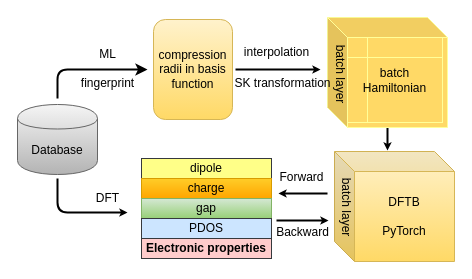
FanGuozheng/dftbpy keeps this draw.io diagram as Untitled Diagram.drawio. Above is the earlier version. Source tidied: cells renumbered, new cells numbered last; positions are measured from the earlier drawing's top-left corner, leaving out a move shared by most shapes. Both pictures are drawn from the tidied source at 100%, with x=0, y=0 at pixel (17, 17).
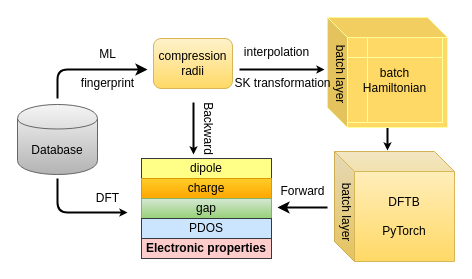
The same diagram, later.

Diff of the diagram source:
```diff
@@
     <mxCell id="10" value="batch layer" style="text;html=1;strokeColor=none;fillColor=none;align=center;verticalAlign=middle;whiteSpace=wrap;rounded=0;rotation=90;" parent="1" vertex="1">
-      <mxGeometry x="294" y="180" width="70" height="20" as="geometry" />
+      <mxGeometry x="294" y="185" width="70" height="20" as="geometry" />
     </mxCell>
-    <mxCell id="11" value="compression radii in basis function" style="rounded=1;whiteSpace=wrap;html=1;gradientColor=#ffd966;fillColor=#fff2cc;strokeColor=#d6b656;" parent="1" vertex="1">
-      <mxGeometry x="136" y="2" width="79" height="100" as="geometry" />
+    <mxCell id="11" value="compression radii" style="rounded=1;whiteSpace=wrap;html=1;gradientColor=#ffd966;fillColor=#fff2cc;strokeColor=#d6b656;" parent="1" vertex="1">
+      <mxGeometry x="136" y="21" width="79" height="50" as="geometry" />
     </mxCell>
@@
-    <mxCell id="15" style="endArrow=classic;html=1;strokeWidth=2;jumpSize=20;endSize=2;" parent="1" edge="1">
-      <mxGeometry relative="1" as="geometry">
-        <mxPoint x="310" y="176" as="sourcePoint" />
-        <mxPoint x="261" y="176" as="targetPoint" />
-      </mxGeometry>
-    </mxCell>
     <mxCell id="16" style="endArrow=classic;html=1;strokeWidth=2;endSize=2;jumpSize=20;" parent="1" edge="1">
       <mxGeometry relative="1" as="geometry">
-        <mxPoint x="259" y="203" as="sourcePoint" />
-        <mxPoint x="311" y="203" as="targetPoint" />
+        <mxPoint x="176" y="85" as="sourcePoint" />
+        <mxPoint x="176" y="137" as="targetPoint" />
       </mxGeometry>
     </mxCell>
-    <mxCell id="17" value="Backward" style="text;html=1;align=center;verticalAlign=middle;" parent="1" vertex="1">
-      <mxGeometry x="250" y="205" width="70" height="20" as="geometry" />
+    <mxCell id="17" value="Backward" style="text;html=1;align=center;verticalAlign=middle;rotation=90;" parent="1" vertex="1">
+      <mxGeometry x="156" y="101" width="70" height="20" as="geometry" />
     </mxCell>
     <mxCell id="18" value="Forward" style="text;html=1;align=center;verticalAlign=middle;" parent="1" vertex="1">
-      <mxGeometry x="254" y="150" width="60" height="20" as="geometry" />
+      <mxGeometry x="255" y="164" width="60" height="20" as="geometry" />
     </mxCell>
@@
     <mxCell id="23" style="endArrow=classic;html=1;strokeWidth=2;endSize=2;jumpSize=20;" parent="1" edge="1">
       <mxGeometry relative="1" as="geometry">
-        <mxPoint x="218" y="52" as="sourcePoint" />
-        <mxPoint x="303" y="52" as="targetPoint" />
+        <mxPoint x="222" y="52" as="sourcePoint" />
+        <mxPoint x="307" y="52" as="targetPoint" />
       </mxGeometry>
     </mxCell>
@@
+    <mxCell id="27" style="endArrow=classic;html=1;strokeWidth=2;" parent="1" edge="1">
+      <mxGeometry relative="1" as="geometry">
+        <mxPoint x="310" y="190" as="sourcePoint" />
+        <mxPoint x="260" y="190" as="targetPoint" />
+      </mxGeometry>
+    </mxCell>
```
